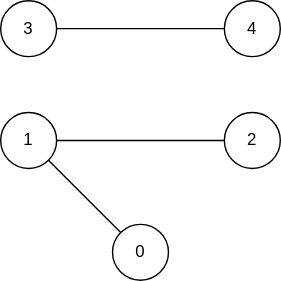
sammurraytuesta/connected-components keeps this draw.io diagram as graph.drawio.svg. Above is the earlier version. Source tidied: cells renumbered, new cells last; positions are measured from the earlier drawing's top-left corner, leaving out a move shared by most shapes.
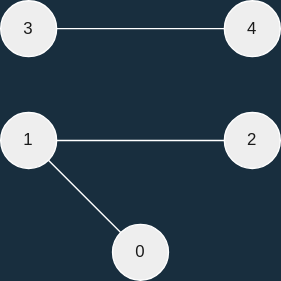
Later version of the same file.

The edit, as a diff of the source:
```diff
@@ -1,29 +1,29 @@
-<mxGraphModel>
+<mxGraphModel background="#182E3E">
   <root>
     <mxCell id="0" />
     <mxCell id="1" parent="0" />
-    <mxCell id="2" value="1" style="ellipse;whiteSpace=wrap;html=1;" parent="1" vertex="1">
+    <mxCell id="2" value="1" style="ellipse;whiteSpace=wrap;html=1;fillColor=#EEEEEE;strokeColor=#FFFFFF;fontColor=#1A1A1A;" parent="1" vertex="1">
       <mxGeometry y="80" width="40" height="40" as="geometry" />
     </mxCell>
-    <mxCell id="3" value="0" style="ellipse;whiteSpace=wrap;html=1;" parent="1" vertex="1">
+    <mxCell id="3" value="0" style="ellipse;whiteSpace=wrap;html=1;fillColor=#EEEEEE;strokeColor=#FFFFFF;fontColor=#1A1A1A;" parent="1" vertex="1">
       <mxGeometry x="80" y="160" width="40" height="40" as="geometry" />
     </mxCell>
-    <mxCell id="4" value="2" style="ellipse;whiteSpace=wrap;html=1;" parent="1" vertex="1">
+    <mxCell id="4" value="2" style="ellipse;whiteSpace=wrap;html=1;fillColor=#EEEEEE;strokeColor=#FFFFFF;fontColor=#1A1A1A;" parent="1" vertex="1">
       <mxGeometry x="160" y="80" width="40" height="40" as="geometry" />
     </mxCell>
-    <mxCell id="5" value="3" style="ellipse;whiteSpace=wrap;html=1;" parent="1" vertex="1">
+    <mxCell id="5" value="3" style="ellipse;whiteSpace=wrap;html=1;fillColor=#EEEEEE;strokeColor=#FFFFFF;fontColor=#1A1A1A;" parent="1" vertex="1">
       <mxGeometry width="40" height="40" as="geometry" />
     </mxCell>
-    <mxCell id="6" value="4" style="ellipse;whiteSpace=wrap;html=1;" parent="1" vertex="1">
+    <mxCell id="6" value="4" style="ellipse;whiteSpace=wrap;html=1;fillColor=#EEEEEE;strokeColor=#FFFFFF;fontColor=#1A1A1A;" parent="1" vertex="1">
       <mxGeometry x="160" width="40" height="40" as="geometry" />
     </mxCell>
-    <mxCell id="7" style="endArrow=none;html=1;rounded=0;exitX=1;exitY=1;exitDx=0;exitDy=0;entryX=0;entryY=0;entryDx=0;entryDy=0;" parent="1" edge="1" source="2" target="3">
+    <mxCell id="7" style="endArrow=none;html=1;rounded=0;exitX=1;exitY=1;exitDx=0;exitDy=0;entryX=0;entryY=0;entryDx=0;entryDy=0;labelBackgroundColor=#182E3E;strokeColor=#FFFFFF;fontColor=#FFFFFF;" parent="1" edge="1" source="2" target="3">
       <mxGeometry relative="1" as="geometry" />
     </mxCell>
-    <mxCell id="8" style="endArrow=none;html=1;rounded=0;exitX=1;exitY=0.5;exitDx=0;exitDy=0;entryX=0;entryY=0.5;entryDx=0;entryDy=0;" parent="1" edge="1" source="2" target="4">
+    <mxCell id="8" style="endArrow=none;html=1;rounded=0;exitX=1;exitY=0.5;exitDx=0;exitDy=0;entryX=0;entryY=0.5;entryDx=0;entryDy=0;labelBackgroundColor=#182E3E;strokeColor=#FFFFFF;fontColor=#FFFFFF;" parent="1" edge="1" source="2" target="4">
       <mxGeometry relative="1" as="geometry" />
     </mxCell>
-    <mxCell id="9" style="endArrow=none;html=1;rounded=0;exitX=1;exitY=0.5;exitDx=0;exitDy=0;entryX=0;entryY=0.5;entryDx=0;entryDy=0;" parent="1" edge="1" source="5" target="6">
+    <mxCell id="9" style="endArrow=none;html=1;rounded=0;exitX=1;exitY=0.5;exitDx=0;exitDy=0;entryX=0;entryY=0.5;entryDx=0;entryDy=0;labelBackgroundColor=#182E3E;strokeColor=#FFFFFF;fontColor=#FFFFFF;" parent="1" edge="1" source="5" target="6">
       <mxGeometry relative="1" as="geometry" />
     </mxCell>
   </root>
```
